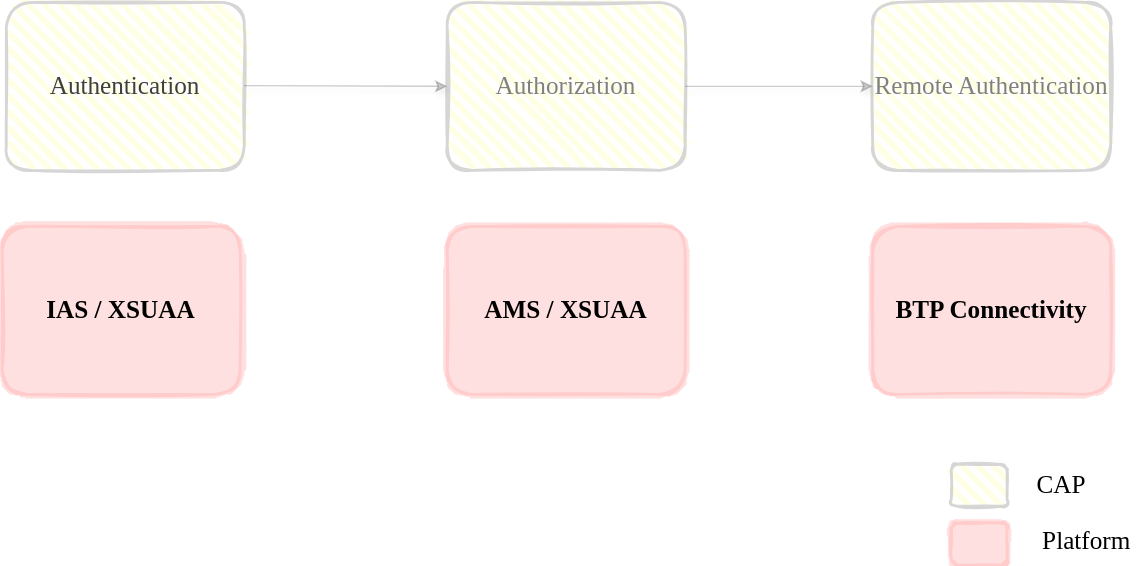
Above: guides/security/assets/security-platform-integration.drawio.svg in capire/docs (draw.io), before the change. Source tidied: cells renumbered, new cells last; positions are measured from the earlier drawing's top-left corner, leaving out a move shared by most shapes.
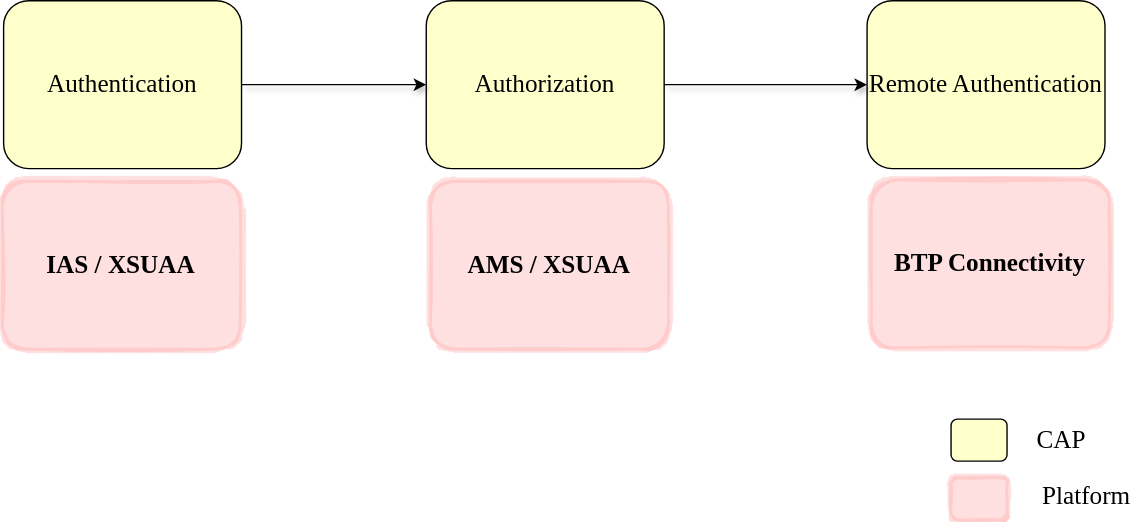
Above is the later version.

Diff of the diagram source:
```diff
@@ -6,10 +6,10 @@
       <mxGeometry y="160" width="170" height="120" as="geometry" />
     </mxCell>
     <mxCell id="3" value="&lt;font style=&quot;font-size: 18px;&quot; face=&quot;Comic Sans MS&quot;&gt;&lt;b&gt;AMS / XSUAA&lt;/b&gt;&lt;/font&gt;" style="rounded=1;whiteSpace=wrap;html=1;strokeWidth=2;fillWeight=6;hachureGap=2;hachureAngle=45;fillColor=rgba(255,153,153,0.3);sketch=1;strokeColor=rgba(255,153,153,0.3);shadow=0;" parent="1" vertex="1">
-      <mxGeometry x="318" y="160" width="170" height="120" as="geometry" />
+      <mxGeometry x="306" y="160" width="170" height="120" as="geometry" />
     </mxCell>
     <mxCell id="4" value="&lt;font style=&quot;font-size: 18px;&quot; face=&quot;Comic Sans MS&quot;&gt;&lt;b&gt;BTP Connectivity&lt;/b&gt;&lt;/font&gt;" style="rounded=1;whiteSpace=wrap;html=1;strokeWidth=2;fillWeight=6;hachureGap=2;hachureAngle=45;fillColor=rgba(255,153,153,0.3);sketch=1;strokeColor=rgba(255,153,153,0.3);shadow=0;" parent="1" vertex="1">
-      <mxGeometry x="622" y="160" width="170" height="120" as="geometry" />
+      <mxGeometry x="621" y="159" width="170" height="120" as="geometry" />
     </mxCell>
     <mxCell id="5" style="rounded=1;whiteSpace=wrap;html=1;strokeWidth=2;fillWeight=6;hachureGap=2;hachureAngle=45;fillColor=rgba(255,153,153,0.3);sketch=1;strokeColor=rgba(255,153,153,0.3);shadow=0;" parent="1" vertex="1">
       <mxGeometry x="678" y="372" width="40" height="30" as="geometry" />
@@ -17,28 +17,28 @@
     <mxCell id="6" value="&lt;font style=&quot;font-size: 18px;&quot; face=&quot;Comic Sans MS&quot;&gt;Platform&lt;/font&gt;" style="text;html=1;align=center;verticalAlign=middle;whiteSpace=wrap;rounded=0;" parent="1" vertex="1">
       <mxGeometry x="745" y="370" width="60" height="30" as="geometry" />
     </mxCell>
-    <mxCell id="7" style="rounded=1;whiteSpace=wrap;html=1;strokeWidth=2;fillWeight=4;hachureGap=8;hachureAngle=45;fillColor=rgba(255,255,204,0.5);sketch=1;strokeColor=#D6D6D6;fontColor=#808080;" parent="1" vertex="1">
-      <mxGeometry x="678" y="330" width="40" height="30" as="geometry" />
-    </mxCell>
     <mxCell id="8" value="&lt;font style=&quot;font-size: 18px;&quot; face=&quot;Comic Sans MS&quot;&gt;CAP&lt;/font&gt;" style="text;html=1;align=center;verticalAlign=middle;whiteSpace=wrap;rounded=0;" parent="1" vertex="1">
       <mxGeometry x="727" y="330" width="60" height="30" as="geometry" />
     </mxCell>
-    <mxCell id="9" value="&lt;font style=&quot;font-size: 18px;&quot; face=&quot;Comic Sans MS&quot;&gt;Authorization&lt;/font&gt;" style="rounded=1;whiteSpace=wrap;html=1;strokeWidth=2;fillWeight=4;hachureGap=8;hachureAngle=45;fillColor=rgba(255,255,204,0.5);sketch=1;strokeColor=#D6D6D6;fontColor=#808080;" parent="1" vertex="1">
-      <mxGeometry x="318" width="170" height="120" as="geometry" />
+    <mxCell id="9" value="&lt;font style=&quot;font-size: 18px;&quot; face=&quot;Comic Sans MS&quot;&gt;Authorization&lt;/font&gt;" style="rounded=1;whiteSpace=wrap;html=1;strokeWidth=1;fillWeight=4;hachureGap=8;hachureAngle=45;fillColor=#FFFFCC;" parent="1" vertex="1">
+      <mxGeometry x="303" y="31" width="170" height="120" as="geometry" />
     </mxCell>
-    <mxCell id="10" value="&lt;span style=&quot;color: rgb(63, 63, 63); font-family: &amp;quot;Comic Sans MS&amp;quot;; font-size: 18px;&quot;&gt;Authentication&lt;/span&gt;" style="rounded=1;whiteSpace=wrap;html=1;strokeWidth=2;fillWeight=4;hachureGap=8;hachureAngle=45;fillColor=rgba(255,255,204,0.5);sketch=1;strokeColor=#D6D6D6;fontColor=#808080;" parent="1" vertex="1">
-      <mxGeometry x="3" width="170" height="120" as="geometry" />
+    <mxCell id="10" value="&lt;font style=&quot;font-size: 18px;&quot; face=&quot;Comic Sans MS&quot;&gt;Authentication&lt;/font&gt;" style="rounded=1;whiteSpace=wrap;html=1;strokeWidth=1;fillWeight=4;fillColor=#FFFFCC;" parent="1" vertex="1">
+      <mxGeometry x="1" y="31" width="170" height="120" as="geometry" />
     </mxCell>
-    <mxCell id="11" value="&lt;font face=&quot;Comic Sans MS&quot;&gt;&lt;span style=&quot;font-size: 18px;&quot;&gt;Remote Authentication&lt;/span&gt;&lt;/font&gt;" style="rounded=1;whiteSpace=wrap;html=1;strokeWidth=2;fillWeight=4;hachureGap=8;hachureAngle=45;fillColor=rgba(255,255,204,0.5);sketch=1;strokeColor=#D6D6D6;fontColor=#808080;" parent="1" vertex="1">
-      <mxGeometry x="622" width="170" height="120" as="geometry" />
+    <mxCell id="11" value="&lt;font face=&quot;Comic Sans MS&quot;&gt;&lt;span style=&quot;font-size: 18px;&quot;&gt;Remote Authentication&lt;/span&gt;&lt;/font&gt;" style="rounded=1;whiteSpace=wrap;html=1;strokeWidth=1;fillWeight=4;hachureGap=8;hachureAngle=45;fillColor=#FFFFCC;" parent="1" vertex="1">
+      <mxGeometry x="618" y="31" width="170" height="120" as="geometry" />
     </mxCell>
-    <mxCell id="12" style="edgeStyle=none;jettySize=auto;html=1;shadow=1;entryX=0;entryY=0.5;entryDx=0;entryDy=0;strokeColor=rgba(0,0,0,0.2);" parent="1" edge="1" target="9">
-      <mxGeometry relative="1" as="geometry">
-        <mxPoint x="173" y="59.5" as="sourcePoint" />
-      </mxGeometry>
-    </mxCell>
-    <mxCell id="13" style="edgeStyle=none;jettySize=auto;html=1;shadow=1;exitX=1;exitY=0.5;exitDx=0;exitDy=0;strokeColor=rgba(0,0,0,0.2);entryX=0;entryY=0.5;entryDx=0;entryDy=0;" parent="1" edge="1" source="9" target="11">
-      <mxGeometry relative="1" as="geometry" />
-    </mxCell>
+    <mxCell id="14" style="edgeStyle=none;jettySize=auto;html=1;shadow=1;entryX=0;entryY=0.5;entryDx=0;entryDy=0;exitX=1;exitY=0.5;exitDx=0;exitDy=0;" parent="1" edge="1" source="10" target="9">
+      <mxGeometry relative="1" as="geometry" />
+    </mxCell>
+    <mxCell id="15" style="edgeStyle=none;jettySize=auto;html=1;shadow=1;exitX=1;exitY=0.5;exitDx=0;exitDy=0;" parent="1" edge="1" source="9">
+      <mxGeometry relative="1" as="geometry">
+        <mxPoint x="618" y="91" as="targetPoint" />
+      </mxGeometry>
+    </mxCell>
+    <mxCell id="16" style="rounded=1;whiteSpace=wrap;html=1;strokeWidth=1;fillWeight=4;hachureGap=8;hachureAngle=45;fillColor=#FFFFCC;" parent="1" vertex="1">
+      <mxGeometry x="678" y="330" width="40" height="30" as="geometry" />
+    </mxCell>
   </root>
 </mxGraphModel>
```
